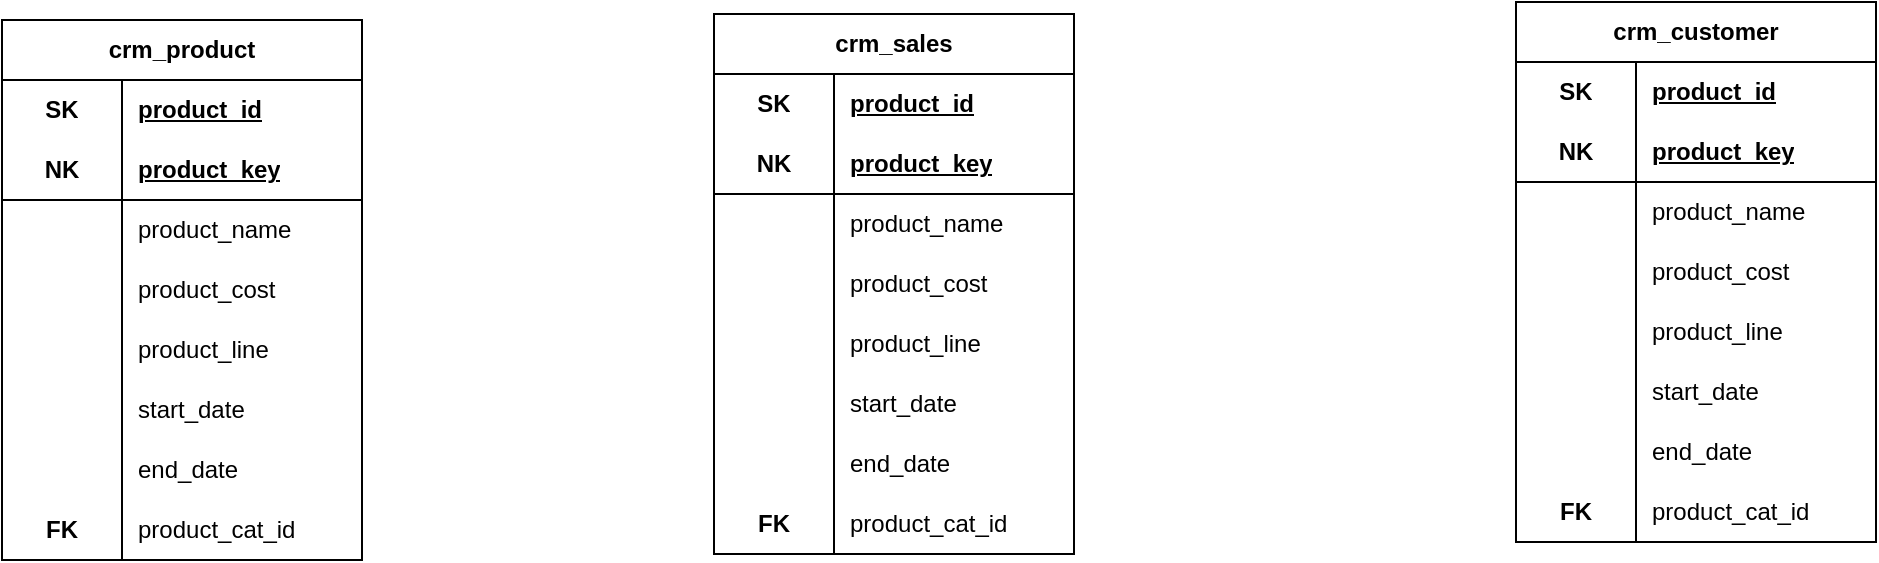
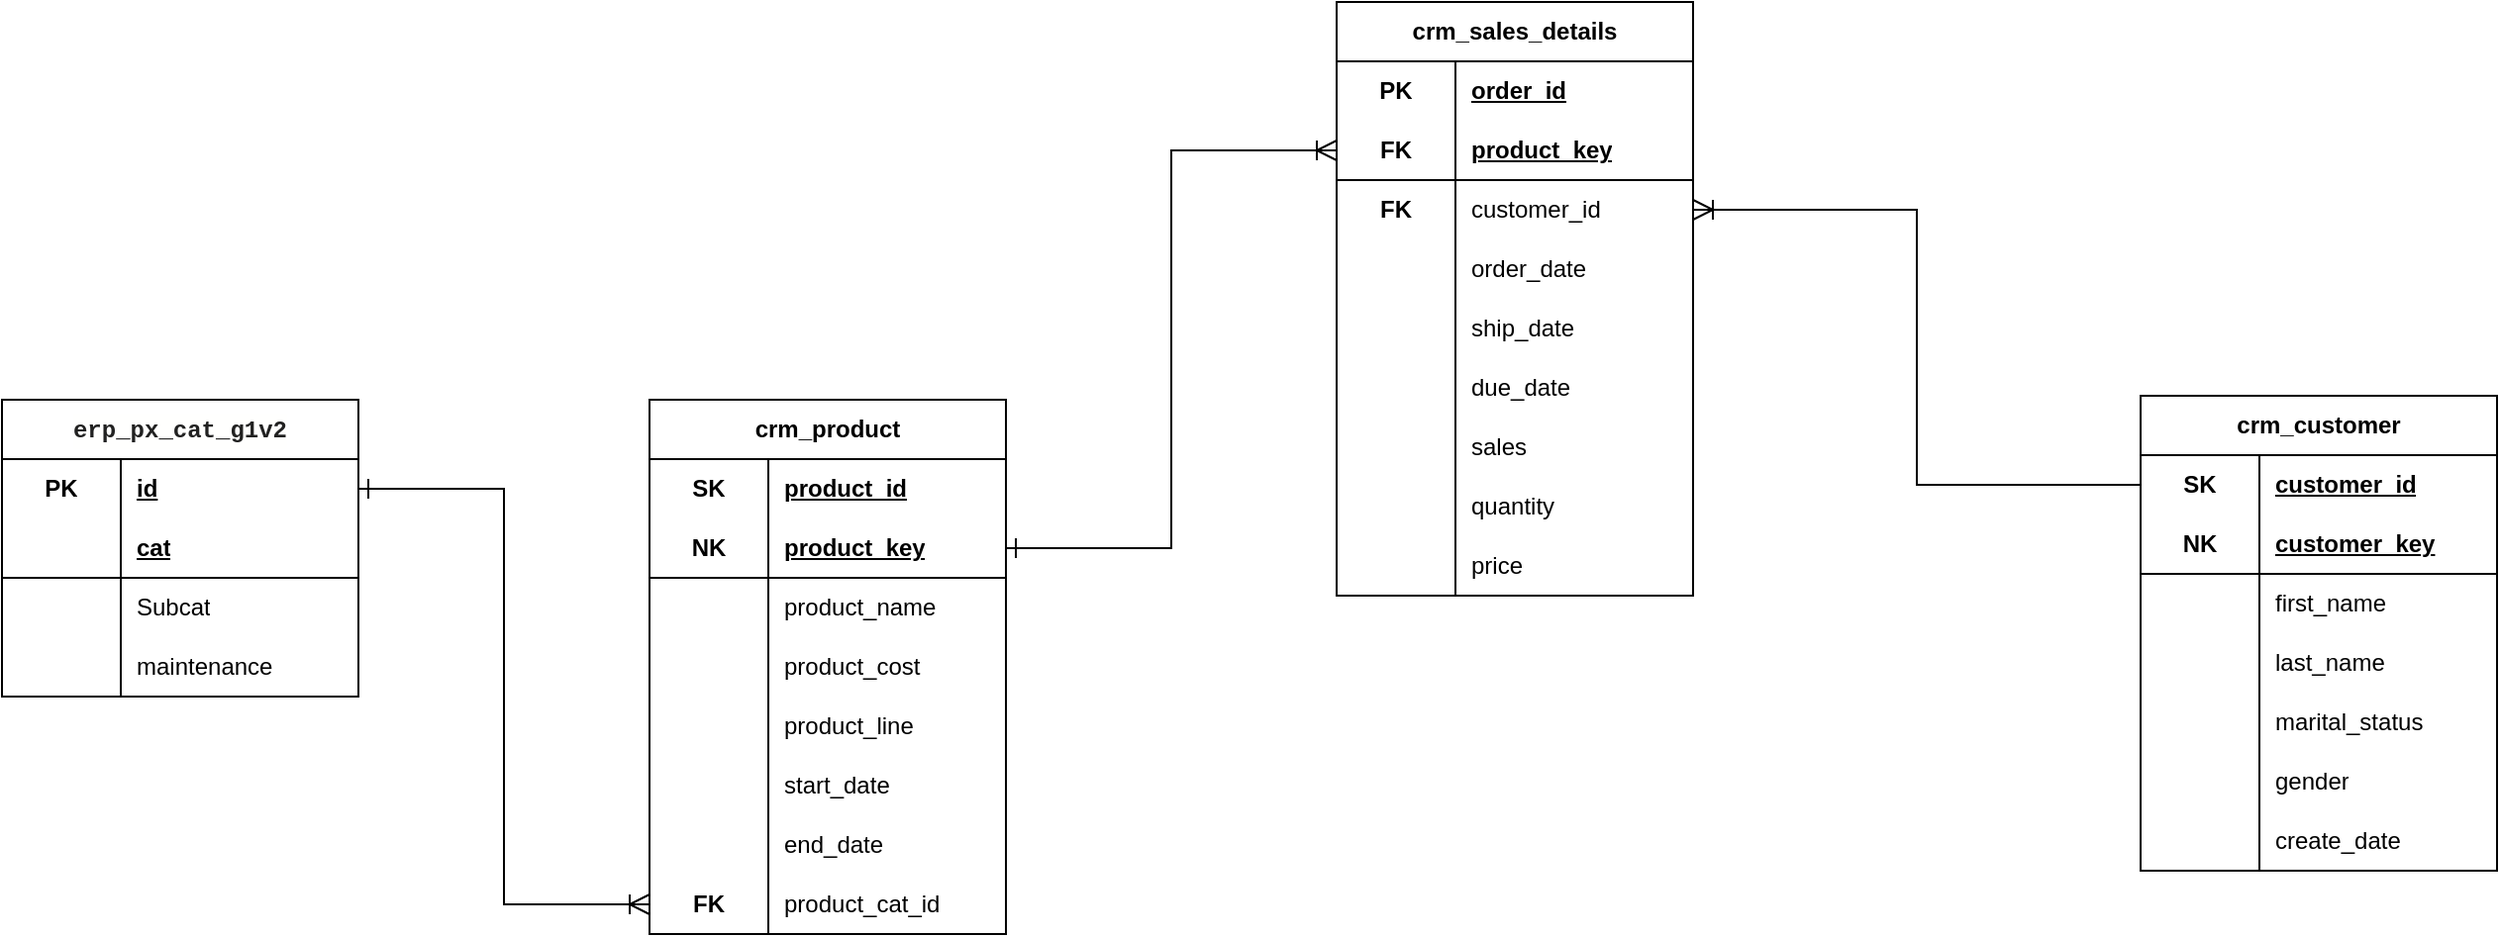
<mxfile host="app.diagrams.net" pages="3">
  <diagram name="Bronze" id="KbP-ITZJSk0dJXwwRC0x">
-     <mxGraphModel dx="1413" dy="962" grid="0" gridSize="10" guides="1" tooltips="1" connect="1" arrows="1" fold="1" page="0" pageScale="1" pageWidth="827" pageHeight="1169" math="0" shadow="0">
+     <mxGraphModel dx="1800" dy="962" grid="0" gridSize="10" guides="1" tooltips="1" connect="1" arrows="1" fold="1" page="0" pageScale="1" pageWidth="827" pageHeight="1169" math="0" shadow="0">
      <root>
        <mxCell id="0" />
        <mxCell id="1" parent="0" />
        <mxCell id="tUm-kbwN1Sbpj_1Kag7n-1" parent="1" style="shape=table;startSize=30;container=1;collapsible=1;childLayout=tableLayout;fixedRows=1;rowLines=0;fontStyle=1;align=center;resizeLast=1;html=1;whiteSpace=wrap;" value="crm_product" vertex="1">
          <mxGeometry height="270" width="180" x="-332" y="-32" as="geometry" />
        </mxCell>
        <mxCell id="tUm-kbwN1Sbpj_1Kag7n-2" parent="tUm-kbwN1Sbpj_1Kag7n-1" style="shape=tableRow;horizontal=0;startSize=0;swimlaneHead=0;swimlaneBody=0;fillColor=none;collapsible=0;dropTarget=0;points=[[0,0.5],[1,0.5]];portConstraint=eastwest;top=0;left=0;right=0;bottom=0;html=1;" value="" vertex="1">
          <mxGeometry height="30" width="180" y="30" as="geometry" />
        </mxCell>
        <mxCell id="tUm-kbwN1Sbpj_1Kag7n-3" parent="tUm-kbwN1Sbpj_1Kag7n-2" style="shape=partialRectangle;connectable=0;fillColor=none;top=0;left=0;bottom=0;right=0;fontStyle=1;overflow=hidden;html=1;whiteSpace=wrap;" value="SK" vertex="1">
          <mxGeometry height="30" width="60" as="geometry">
            <mxRectangle height="30" width="60" as="alternateBounds" />
          </mxGeometry>
        </mxCell>
        <mxCell id="tUm-kbwN1Sbpj_1Kag7n-4" parent="tUm-kbwN1Sbpj_1Kag7n-2" style="shape=partialRectangle;connectable=0;fillColor=none;top=0;left=0;bottom=0;right=0;align=left;spacingLeft=6;fontStyle=5;overflow=hidden;html=1;whiteSpace=wrap;" value="product_id" vertex="1">
          <mxGeometry height="30" width="120" x="60" as="geometry">
            <mxRectangle height="30" width="120" as="alternateBounds" />
          </mxGeometry>
        </mxCell>
        <mxCell id="tUm-kbwN1Sbpj_1Kag7n-5" parent="tUm-kbwN1Sbpj_1Kag7n-1" style="shape=tableRow;horizontal=0;startSize=0;swimlaneHead=0;swimlaneBody=0;fillColor=none;collapsible=0;dropTarget=0;points=[[0,0.5],[1,0.5]];portConstraint=eastwest;top=0;left=0;right=0;bottom=1;html=1;" value="" vertex="1">
          <mxGeometry height="30" width="180" y="60" as="geometry" />
        </mxCell>
        <mxCell id="tUm-kbwN1Sbpj_1Kag7n-6" parent="tUm-kbwN1Sbpj_1Kag7n-5" style="shape=partialRectangle;connectable=0;fillColor=none;top=0;left=0;bottom=0;right=0;fontStyle=1;overflow=hidden;html=1;whiteSpace=wrap;" value="NK" vertex="1">
          <mxGeometry height="30" width="60" as="geometry">
            <mxRectangle height="30" width="60" as="alternateBounds" />
          </mxGeometry>
        </mxCell>
        <mxCell id="tUm-kbwN1Sbpj_1Kag7n-7" parent="tUm-kbwN1Sbpj_1Kag7n-5" style="shape=partialRectangle;connectable=0;fillColor=none;top=0;left=0;bottom=0;right=0;align=left;spacingLeft=6;fontStyle=5;overflow=hidden;html=1;whiteSpace=wrap;" value="product_key" vertex="1">
          <mxGeometry height="30" width="120" x="60" as="geometry">
            <mxRectangle height="30" width="120" as="alternateBounds" />
          </mxGeometry>
        </mxCell>
        <mxCell id="tUm-kbwN1Sbpj_1Kag7n-8" parent="tUm-kbwN1Sbpj_1Kag7n-1" style="shape=tableRow;horizontal=0;startSize=0;swimlaneHead=0;swimlaneBody=0;fillColor=none;collapsible=0;dropTarget=0;points=[[0,0.5],[1,0.5]];portConstraint=eastwest;top=0;left=0;right=0;bottom=0;html=1;" value="" vertex="1">
          <mxGeometry height="30" width="180" y="90" as="geometry" />
        </mxCell>
        <mxCell id="tUm-kbwN1Sbpj_1Kag7n-9" parent="tUm-kbwN1Sbpj_1Kag7n-8" style="shape=partialRectangle;connectable=0;fillColor=none;top=0;left=0;bottom=0;right=0;editable=1;overflow=hidden;html=1;whiteSpace=wrap;" value="" vertex="1">
          <mxGeometry height="30" width="60" as="geometry">
            <mxRectangle height="30" width="60" as="alternateBounds" />
          </mxGeometry>
        </mxCell>
        <mxCell id="tUm-kbwN1Sbpj_1Kag7n-10" parent="tUm-kbwN1Sbpj_1Kag7n-8" style="shape=partialRectangle;connectable=0;fillColor=none;top=0;left=0;bottom=0;right=0;align=left;spacingLeft=6;overflow=hidden;html=1;whiteSpace=wrap;" value="product_name" vertex="1">
          <mxGeometry height="30" width="120" x="60" as="geometry">
            <mxRectangle height="30" width="120" as="alternateBounds" />
          </mxGeometry>
        </mxCell>
        <mxCell id="tUm-kbwN1Sbpj_1Kag7n-11" parent="tUm-kbwN1Sbpj_1Kag7n-1" style="shape=tableRow;horizontal=0;startSize=0;swimlaneHead=0;swimlaneBody=0;fillColor=none;collapsible=0;dropTarget=0;points=[[0,0.5],[1,0.5]];portConstraint=eastwest;top=0;left=0;right=0;bottom=0;html=1;" value="" vertex="1">
          <mxGeometry height="30" width="180" y="120" as="geometry" />
        </mxCell>
        <mxCell id="tUm-kbwN1Sbpj_1Kag7n-12" parent="tUm-kbwN1Sbpj_1Kag7n-11" style="shape=partialRectangle;connectable=0;fillColor=none;top=0;left=0;bottom=0;right=0;editable=1;overflow=hidden;html=1;whiteSpace=wrap;" value="" vertex="1">
          <mxGeometry height="30" width="60" as="geometry">
            <mxRectangle height="30" width="60" as="alternateBounds" />
          </mxGeometry>
        </mxCell>
        <mxCell id="tUm-kbwN1Sbpj_1Kag7n-13" parent="tUm-kbwN1Sbpj_1Kag7n-11" style="shape=partialRectangle;connectable=0;fillColor=none;top=0;left=0;bottom=0;right=0;align=left;spacingLeft=6;overflow=hidden;html=1;whiteSpace=wrap;" value="product_cost" vertex="1">
          <mxGeometry height="30" width="120" x="60" as="geometry">
            <mxRectangle height="30" width="120" as="alternateBounds" />
          </mxGeometry>
        </mxCell>
        <mxCell id="tUm-kbwN1Sbpj_1Kag7n-14" parent="tUm-kbwN1Sbpj_1Kag7n-1" style="shape=tableRow;horizontal=0;startSize=0;swimlaneHead=0;swimlaneBody=0;fillColor=none;collapsible=0;dropTarget=0;points=[[0,0.5],[1,0.5]];portConstraint=eastwest;top=0;left=0;right=0;bottom=0;html=1;" value="" vertex="1">
          <mxGeometry height="30" width="180" y="150" as="geometry" />
        </mxCell>
        <mxCell id="tUm-kbwN1Sbpj_1Kag7n-15" parent="tUm-kbwN1Sbpj_1Kag7n-14" style="shape=partialRectangle;connectable=0;fillColor=none;top=0;left=0;bottom=0;right=0;editable=1;overflow=hidden;html=1;whiteSpace=wrap;" value="" vertex="1">
          <mxGeometry height="30" width="60" as="geometry">
            <mxRectangle height="30" width="60" as="alternateBounds" />
          </mxGeometry>
        </mxCell>
        <mxCell id="tUm-kbwN1Sbpj_1Kag7n-16" parent="tUm-kbwN1Sbpj_1Kag7n-14" style="shape=partialRectangle;connectable=0;fillColor=none;top=0;left=0;bottom=0;right=0;align=left;spacingLeft=6;overflow=hidden;html=1;whiteSpace=wrap;" value="product_line" vertex="1">
          <mxGeometry height="30" width="120" x="60" as="geometry">
            <mxRectangle height="30" width="120" as="alternateBounds" />
          </mxGeometry>
        </mxCell>
        <mxCell id="tUm-kbwN1Sbpj_1Kag7n-17" parent="tUm-kbwN1Sbpj_1Kag7n-1" style="shape=tableRow;horizontal=0;startSize=0;swimlaneHead=0;swimlaneBody=0;fillColor=none;collapsible=0;dropTarget=0;points=[[0,0.5],[1,0.5]];portConstraint=eastwest;top=0;left=0;right=0;bottom=0;html=1;" value="" vertex="1">
          <mxGeometry height="30" width="180" y="180" as="geometry" />
        </mxCell>
        <mxCell id="tUm-kbwN1Sbpj_1Kag7n-18" parent="tUm-kbwN1Sbpj_1Kag7n-17" style="shape=partialRectangle;connectable=0;fillColor=none;top=0;left=0;bottom=0;right=0;editable=1;overflow=hidden;html=1;whiteSpace=wrap;" value="" vertex="1">
          <mxGeometry height="30" width="60" as="geometry">
            <mxRectangle height="30" width="60" as="alternateBounds" />
          </mxGeometry>
        </mxCell>
        <mxCell id="tUm-kbwN1Sbpj_1Kag7n-19" parent="tUm-kbwN1Sbpj_1Kag7n-17" style="shape=partialRectangle;connectable=0;fillColor=none;top=0;left=0;bottom=0;right=0;align=left;spacingLeft=6;overflow=hidden;html=1;whiteSpace=wrap;" value="start_date" vertex="1">
          <mxGeometry height="30" width="120" x="60" as="geometry">
            <mxRectangle height="30" width="120" as="alternateBounds" />
          </mxGeometry>
        </mxCell>
        <mxCell id="tUm-kbwN1Sbpj_1Kag7n-20" parent="tUm-kbwN1Sbpj_1Kag7n-1" style="shape=tableRow;horizontal=0;startSize=0;swimlaneHead=0;swimlaneBody=0;fillColor=none;collapsible=0;dropTarget=0;points=[[0,0.5],[1,0.5]];portConstraint=eastwest;top=0;left=0;right=0;bottom=0;html=1;" value="" vertex="1">
          <mxGeometry height="30" width="180" y="210" as="geometry" />
        </mxCell>
        <mxCell id="tUm-kbwN1Sbpj_1Kag7n-21" parent="tUm-kbwN1Sbpj_1Kag7n-20" style="shape=partialRectangle;connectable=0;fillColor=none;top=0;left=0;bottom=0;right=0;editable=1;overflow=hidden;html=1;whiteSpace=wrap;" value="" vertex="1">
          <mxGeometry height="30" width="60" as="geometry">
            <mxRectangle height="30" width="60" as="alternateBounds" />
          </mxGeometry>
        </mxCell>
        <mxCell id="tUm-kbwN1Sbpj_1Kag7n-22" parent="tUm-kbwN1Sbpj_1Kag7n-20" style="shape=partialRectangle;connectable=0;fillColor=none;top=0;left=0;bottom=0;right=0;align=left;spacingLeft=6;overflow=hidden;html=1;whiteSpace=wrap;" value="end_date" vertex="1">
          <mxGeometry height="30" width="120" x="60" as="geometry">
            <mxRectangle height="30" width="120" as="alternateBounds" />
          </mxGeometry>
        </mxCell>
        <mxCell id="tUm-kbwN1Sbpj_1Kag7n-23" parent="tUm-kbwN1Sbpj_1Kag7n-1" style="shape=tableRow;horizontal=0;startSize=0;swimlaneHead=0;swimlaneBody=0;fillColor=none;collapsible=0;dropTarget=0;points=[[0,0.5],[1,0.5]];portConstraint=eastwest;top=0;left=0;right=0;bottom=0;html=1;" value="" vertex="1">
          <mxGeometry height="30" width="180" y="240" as="geometry" />
        </mxCell>
        <mxCell id="tUm-kbwN1Sbpj_1Kag7n-24" parent="tUm-kbwN1Sbpj_1Kag7n-23" style="shape=partialRectangle;connectable=0;fillColor=none;top=0;left=0;bottom=0;right=0;editable=1;overflow=hidden;html=1;whiteSpace=wrap;" value="&lt;b&gt;FK&lt;/b&gt;" vertex="1">
          <mxGeometry height="30" width="60" as="geometry">
            <mxRectangle height="30" width="60" as="alternateBounds" />
          </mxGeometry>
        </mxCell>
        <mxCell id="tUm-kbwN1Sbpj_1Kag7n-25" parent="tUm-kbwN1Sbpj_1Kag7n-23" style="shape=partialRectangle;connectable=0;fillColor=none;top=0;left=0;bottom=0;right=0;align=left;spacingLeft=6;overflow=hidden;html=1;whiteSpace=wrap;" value="product_cat_id" vertex="1">
          <mxGeometry height="30" width="120" x="60" as="geometry">
            <mxRectangle height="30" width="120" as="alternateBounds" />
          </mxGeometry>
        </mxCell>
        <mxCell id="tUm-kbwN1Sbpj_1Kag7n-26" parent="1" style="shape=table;startSize=30;container=1;collapsible=1;childLayout=tableLayout;fixedRows=1;rowLines=0;fontStyle=1;align=center;resizeLast=1;html=1;whiteSpace=wrap;" value="crm_customer" vertex="1">
-           <mxGeometry height="270" width="180" x="425" y="-41" as="geometry" />
+           <mxGeometry height="240" width="180" x="421" y="-34" as="geometry" />
        </mxCell>
        <mxCell id="tUm-kbwN1Sbpj_1Kag7n-27" parent="tUm-kbwN1Sbpj_1Kag7n-26" style="shape=tableRow;horizontal=0;startSize=0;swimlaneHead=0;swimlaneBody=0;fillColor=none;collapsible=0;dropTarget=0;points=[[0,0.5],[1,0.5]];portConstraint=eastwest;top=0;left=0;right=0;bottom=0;html=1;" value="" vertex="1">
          <mxGeometry height="30" width="180" y="30" as="geometry" />
        </mxCell>
        <mxCell id="tUm-kbwN1Sbpj_1Kag7n-28" parent="tUm-kbwN1Sbpj_1Kag7n-27" style="shape=partialRectangle;connectable=0;fillColor=none;top=0;left=0;bottom=0;right=0;fontStyle=1;overflow=hidden;html=1;whiteSpace=wrap;" value="SK" vertex="1">
          <mxGeometry height="30" width="60" as="geometry">
            <mxRectangle height="30" width="60" as="alternateBounds" />
          </mxGeometry>
        </mxCell>
-         <mxCell id="tUm-kbwN1Sbpj_1Kag7n-29" parent="tUm-kbwN1Sbpj_1Kag7n-27" style="shape=partialRectangle;connectable=0;fillColor=none;top=0;left=0;bottom=0;right=0;align=left;spacingLeft=6;fontStyle=5;overflow=hidden;html=1;whiteSpace=wrap;" value="product_id" vertex="1">
+         <mxCell id="tUm-kbwN1Sbpj_1Kag7n-29" parent="tUm-kbwN1Sbpj_1Kag7n-27" style="shape=partialRectangle;connectable=0;fillColor=none;top=0;left=0;bottom=0;right=0;align=left;spacingLeft=6;fontStyle=5;overflow=hidden;html=1;whiteSpace=wrap;" value="customer_id" vertex="1">
          <mxGeometry height="30" width="120" x="60" as="geometry">
            <mxRectangle height="30" width="120" as="alternateBounds" />
          </mxGeometry>
        </mxCell>
        <mxCell id="tUm-kbwN1Sbpj_1Kag7n-30" parent="tUm-kbwN1Sbpj_1Kag7n-26" style="shape=tableRow;horizontal=0;startSize=0;swimlaneHead=0;swimlaneBody=0;fillColor=none;collapsible=0;dropTarget=0;points=[[0,0.5],[1,0.5]];portConstraint=eastwest;top=0;left=0;right=0;bottom=1;html=1;" value="" vertex="1">
          <mxGeometry height="30" width="180" y="60" as="geometry" />
        </mxCell>
        <mxCell id="tUm-kbwN1Sbpj_1Kag7n-31" parent="tUm-kbwN1Sbpj_1Kag7n-30" style="shape=partialRectangle;connectable=0;fillColor=none;top=0;left=0;bottom=0;right=0;fontStyle=1;overflow=hidden;html=1;whiteSpace=wrap;" value="NK" vertex="1">
          <mxGeometry height="30" width="60" as="geometry">
            <mxRectangle height="30" width="60" as="alternateBounds" />
          </mxGeometry>
        </mxCell>
-         <mxCell id="tUm-kbwN1Sbpj_1Kag7n-32" parent="tUm-kbwN1Sbpj_1Kag7n-30" style="shape=partialRectangle;connectable=0;fillColor=none;top=0;left=0;bottom=0;right=0;align=left;spacingLeft=6;fontStyle=5;overflow=hidden;html=1;whiteSpace=wrap;" value="product_key" vertex="1">
+         <mxCell id="tUm-kbwN1Sbpj_1Kag7n-32" parent="tUm-kbwN1Sbpj_1Kag7n-30" style="shape=partialRectangle;connectable=0;fillColor=none;top=0;left=0;bottom=0;right=0;align=left;spacingLeft=6;fontStyle=5;overflow=hidden;html=1;whiteSpace=wrap;" value="customer_key" vertex="1">
          <mxGeometry height="30" width="120" x="60" as="geometry">
            <mxRectangle height="30" width="120" as="alternateBounds" />
          </mxGeometry>
        </mxCell>
        <mxCell id="tUm-kbwN1Sbpj_1Kag7n-33" parent="tUm-kbwN1Sbpj_1Kag7n-26" style="shape=tableRow;horizontal=0;startSize=0;swimlaneHead=0;swimlaneBody=0;fillColor=none;collapsible=0;dropTarget=0;points=[[0,0.5],[1,0.5]];portConstraint=eastwest;top=0;left=0;right=0;bottom=0;html=1;" value="" vertex="1">
          <mxGeometry height="30" width="180" y="90" as="geometry" />
        </mxCell>
        <mxCell id="tUm-kbwN1Sbpj_1Kag7n-34" parent="tUm-kbwN1Sbpj_1Kag7n-33" style="shape=partialRectangle;connectable=0;fillColor=none;top=0;left=0;bottom=0;right=0;editable=1;overflow=hidden;html=1;whiteSpace=wrap;" value="" vertex="1">
          <mxGeometry height="30" width="60" as="geometry">
            <mxRectangle height="30" width="60" as="alternateBounds" />
          </mxGeometry>
        </mxCell>
-         <mxCell id="tUm-kbwN1Sbpj_1Kag7n-35" parent="tUm-kbwN1Sbpj_1Kag7n-33" style="shape=partialRectangle;connectable=0;fillColor=none;top=0;left=0;bottom=0;right=0;align=left;spacingLeft=6;overflow=hidden;html=1;whiteSpace=wrap;" value="product_name" vertex="1">
+         <mxCell id="tUm-kbwN1Sbpj_1Kag7n-35" parent="tUm-kbwN1Sbpj_1Kag7n-33" style="shape=partialRectangle;connectable=0;fillColor=none;top=0;left=0;bottom=0;right=0;align=left;spacingLeft=6;overflow=hidden;html=1;whiteSpace=wrap;" value="first_name" vertex="1">
          <mxGeometry height="30" width="120" x="60" as="geometry">
            <mxRectangle height="30" width="120" as="alternateBounds" />
          </mxGeometry>
        </mxCell>
        <mxCell id="tUm-kbwN1Sbpj_1Kag7n-36" parent="tUm-kbwN1Sbpj_1Kag7n-26" style="shape=tableRow;horizontal=0;startSize=0;swimlaneHead=0;swimlaneBody=0;fillColor=none;collapsible=0;dropTarget=0;points=[[0,0.5],[1,0.5]];portConstraint=eastwest;top=0;left=0;right=0;bottom=0;html=1;" value="" vertex="1">
          <mxGeometry height="30" width="180" y="120" as="geometry" />
        </mxCell>
        <mxCell id="tUm-kbwN1Sbpj_1Kag7n-37" parent="tUm-kbwN1Sbpj_1Kag7n-36" style="shape=partialRectangle;connectable=0;fillColor=none;top=0;left=0;bottom=0;right=0;editable=1;overflow=hidden;html=1;whiteSpace=wrap;" value="" vertex="1">
          <mxGeometry height="30" width="60" as="geometry">
            <mxRectangle height="30" width="60" as="alternateBounds" />
          </mxGeometry>
        </mxCell>
-         <mxCell id="tUm-kbwN1Sbpj_1Kag7n-38" parent="tUm-kbwN1Sbpj_1Kag7n-36" style="shape=partialRectangle;connectable=0;fillColor=none;top=0;left=0;bottom=0;right=0;align=left;spacingLeft=6;overflow=hidden;html=1;whiteSpace=wrap;" value="product_cost" vertex="1">
+         <mxCell id="tUm-kbwN1Sbpj_1Kag7n-38" parent="tUm-kbwN1Sbpj_1Kag7n-36" style="shape=partialRectangle;connectable=0;fillColor=none;top=0;left=0;bottom=0;right=0;align=left;spacingLeft=6;overflow=hidden;html=1;whiteSpace=wrap;" value="last_name" vertex="1">
          <mxGeometry height="30" width="120" x="60" as="geometry">
            <mxRectangle height="30" width="120" as="alternateBounds" />
          </mxGeometry>
        </mxCell>
        <mxCell id="tUm-kbwN1Sbpj_1Kag7n-39" parent="tUm-kbwN1Sbpj_1Kag7n-26" style="shape=tableRow;horizontal=0;startSize=0;swimlaneHead=0;swimlaneBody=0;fillColor=none;collapsible=0;dropTarget=0;points=[[0,0.5],[1,0.5]];portConstraint=eastwest;top=0;left=0;right=0;bottom=0;html=1;" value="" vertex="1">
          <mxGeometry height="30" width="180" y="150" as="geometry" />
        </mxCell>
        <mxCell id="tUm-kbwN1Sbpj_1Kag7n-40" parent="tUm-kbwN1Sbpj_1Kag7n-39" style="shape=partialRectangle;connectable=0;fillColor=none;top=0;left=0;bottom=0;right=0;editable=1;overflow=hidden;html=1;whiteSpace=wrap;" value="" vertex="1">
          <mxGeometry height="30" width="60" as="geometry">
            <mxRectangle height="30" width="60" as="alternateBounds" />
          </mxGeometry>
        </mxCell>
-         <mxCell id="tUm-kbwN1Sbpj_1Kag7n-41" parent="tUm-kbwN1Sbpj_1Kag7n-39" style="shape=partialRectangle;connectable=0;fillColor=none;top=0;left=0;bottom=0;right=0;align=left;spacingLeft=6;overflow=hidden;html=1;whiteSpace=wrap;" value="product_line" vertex="1">
+         <mxCell id="tUm-kbwN1Sbpj_1Kag7n-41" parent="tUm-kbwN1Sbpj_1Kag7n-39" style="shape=partialRectangle;connectable=0;fillColor=none;top=0;left=0;bottom=0;right=0;align=left;spacingLeft=6;overflow=hidden;html=1;whiteSpace=wrap;" value="marital_status" vertex="1">
          <mxGeometry height="30" width="120" x="60" as="geometry">
            <mxRectangle height="30" width="120" as="alternateBounds" />
          </mxGeometry>
        </mxCell>
        <mxCell id="tUm-kbwN1Sbpj_1Kag7n-42" parent="tUm-kbwN1Sbpj_1Kag7n-26" style="shape=tableRow;horizontal=0;startSize=0;swimlaneHead=0;swimlaneBody=0;fillColor=none;collapsible=0;dropTarget=0;points=[[0,0.5],[1,0.5]];portConstraint=eastwest;top=0;left=0;right=0;bottom=0;html=1;" value="" vertex="1">
          <mxGeometry height="30" width="180" y="180" as="geometry" />
        </mxCell>
        <mxCell id="tUm-kbwN1Sbpj_1Kag7n-43" parent="tUm-kbwN1Sbpj_1Kag7n-42" style="shape=partialRectangle;connectable=0;fillColor=none;top=0;left=0;bottom=0;right=0;editable=1;overflow=hidden;html=1;whiteSpace=wrap;" value="" vertex="1">
          <mxGeometry height="30" width="60" as="geometry">
            <mxRectangle height="30" width="60" as="alternateBounds" />
          </mxGeometry>
        </mxCell>
-         <mxCell id="tUm-kbwN1Sbpj_1Kag7n-44" parent="tUm-kbwN1Sbpj_1Kag7n-42" style="shape=partialRectangle;connectable=0;fillColor=none;top=0;left=0;bottom=0;right=0;align=left;spacingLeft=6;overflow=hidden;html=1;whiteSpace=wrap;" value="start_date" vertex="1">
+         <mxCell id="tUm-kbwN1Sbpj_1Kag7n-44" parent="tUm-kbwN1Sbpj_1Kag7n-42" style="shape=partialRectangle;connectable=0;fillColor=none;top=0;left=0;bottom=0;right=0;align=left;spacingLeft=6;overflow=hidden;html=1;whiteSpace=wrap;" value="gender" vertex="1">
          <mxGeometry height="30" width="120" x="60" as="geometry">
            <mxRectangle height="30" width="120" as="alternateBounds" />
          </mxGeometry>
        </mxCell>
        <mxCell id="tUm-kbwN1Sbpj_1Kag7n-45" parent="tUm-kbwN1Sbpj_1Kag7n-26" style="shape=tableRow;horizontal=0;startSize=0;swimlaneHead=0;swimlaneBody=0;fillColor=none;collapsible=0;dropTarget=0;points=[[0,0.5],[1,0.5]];portConstraint=eastwest;top=0;left=0;right=0;bottom=0;html=1;" value="" vertex="1">
          <mxGeometry height="30" width="180" y="210" as="geometry" />
        </mxCell>
        <mxCell id="tUm-kbwN1Sbpj_1Kag7n-46" parent="tUm-kbwN1Sbpj_1Kag7n-45" style="shape=partialRectangle;connectable=0;fillColor=none;top=0;left=0;bottom=0;right=0;editable=1;overflow=hidden;html=1;whiteSpace=wrap;" value="" vertex="1">
          <mxGeometry height="30" width="60" as="geometry">
            <mxRectangle height="30" width="60" as="alternateBounds" />
          </mxGeometry>
        </mxCell>
-         <mxCell id="tUm-kbwN1Sbpj_1Kag7n-47" parent="tUm-kbwN1Sbpj_1Kag7n-45" style="shape=partialRectangle;connectable=0;fillColor=none;top=0;left=0;bottom=0;right=0;align=left;spacingLeft=6;overflow=hidden;html=1;whiteSpace=wrap;" value="end_date" vertex="1">
-           <mxGeometry height="30" width="120" x="60" as="geometry">
-             <mxRectangle height="30" width="120" as="alternateBounds" />
-           </mxGeometry>
-         </mxCell>
-         <mxCell id="tUm-kbwN1Sbpj_1Kag7n-48" parent="tUm-kbwN1Sbpj_1Kag7n-26" style="shape=tableRow;horizontal=0;startSize=0;swimlaneHead=0;swimlaneBody=0;fillColor=none;collapsible=0;dropTarget=0;points=[[0,0.5],[1,0.5]];portConstraint=eastwest;top=0;left=0;right=0;bottom=0;html=1;" value="" vertex="1">
-           <mxGeometry height="30" width="180" y="240" as="geometry" />
-         </mxCell>
-         <mxCell id="tUm-kbwN1Sbpj_1Kag7n-49" parent="tUm-kbwN1Sbpj_1Kag7n-48" style="shape=partialRectangle;connectable=0;fillColor=none;top=0;left=0;bottom=0;right=0;editable=1;overflow=hidden;html=1;whiteSpace=wrap;" value="&lt;b&gt;FK&lt;/b&gt;" vertex="1">
-           <mxGeometry height="30" width="60" as="geometry">
-             <mxRectangle height="30" width="60" as="alternateBounds" />
-           </mxGeometry>
-         </mxCell>
-         <mxCell id="tUm-kbwN1Sbpj_1Kag7n-50" parent="tUm-kbwN1Sbpj_1Kag7n-48" style="shape=partialRectangle;connectable=0;fillColor=none;top=0;left=0;bottom=0;right=0;align=left;spacingLeft=6;overflow=hidden;html=1;whiteSpace=wrap;" value="product_cat_id" vertex="1">
-           <mxGeometry height="30" width="120" x="60" as="geometry">
-             <mxRectangle height="30" width="120" as="alternateBounds" />
-           </mxGeometry>
-         </mxCell>
-         <mxCell id="tUm-kbwN1Sbpj_1Kag7n-51" parent="1" style="shape=table;startSize=30;container=1;collapsible=1;childLayout=tableLayout;fixedRows=1;rowLines=0;fontStyle=1;align=center;resizeLast=1;html=1;whiteSpace=wrap;" value="crm_sales" vertex="1">
-           <mxGeometry height="270" width="180" x="24" y="-35" as="geometry" />
+         <mxCell id="tUm-kbwN1Sbpj_1Kag7n-47" parent="tUm-kbwN1Sbpj_1Kag7n-45" style="shape=partialRectangle;connectable=0;fillColor=none;top=0;left=0;bottom=0;right=0;align=left;spacingLeft=6;overflow=hidden;html=1;whiteSpace=wrap;" value="create_date" vertex="1">
+           <mxGeometry height="30" width="120" x="60" as="geometry">
+             <mxRectangle height="30" width="120" as="alternateBounds" />
+           </mxGeometry>
+         </mxCell>
+         <mxCell id="tUm-kbwN1Sbpj_1Kag7n-51" parent="1" style="shape=table;startSize=30;container=1;collapsible=1;childLayout=tableLayout;fixedRows=1;rowLines=0;fontStyle=1;align=center;resizeLast=1;html=1;whiteSpace=wrap;" value="crm_sales_details" vertex="1">
+           <mxGeometry height="300" width="180" x="15" y="-233" as="geometry" />
        </mxCell>
        <mxCell id="tUm-kbwN1Sbpj_1Kag7n-52" parent="tUm-kbwN1Sbpj_1Kag7n-51" style="shape=tableRow;horizontal=0;startSize=0;swimlaneHead=0;swimlaneBody=0;fillColor=none;collapsible=0;dropTarget=0;points=[[0,0.5],[1,0.5]];portConstraint=eastwest;top=0;left=0;right=0;bottom=0;html=1;" value="" vertex="1">
          <mxGeometry height="30" width="180" y="30" as="geometry" />
        </mxCell>
-         <mxCell id="tUm-kbwN1Sbpj_1Kag7n-53" parent="tUm-kbwN1Sbpj_1Kag7n-52" style="shape=partialRectangle;connectable=0;fillColor=none;top=0;left=0;bottom=0;right=0;fontStyle=1;overflow=hidden;html=1;whiteSpace=wrap;" value="SK" vertex="1">
-           <mxGeometry height="30" width="60" as="geometry">
-             <mxRectangle height="30" width="60" as="alternateBounds" />
-           </mxGeometry>
-         </mxCell>
-         <mxCell id="tUm-kbwN1Sbpj_1Kag7n-54" parent="tUm-kbwN1Sbpj_1Kag7n-52" style="shape=partialRectangle;connectable=0;fillColor=none;top=0;left=0;bottom=0;right=0;align=left;spacingLeft=6;fontStyle=5;overflow=hidden;html=1;whiteSpace=wrap;" value="product_id" vertex="1">
+         <mxCell id="tUm-kbwN1Sbpj_1Kag7n-53" parent="tUm-kbwN1Sbpj_1Kag7n-52" style="shape=partialRectangle;connectable=0;fillColor=none;top=0;left=0;bottom=0;right=0;fontStyle=1;overflow=hidden;html=1;whiteSpace=wrap;" value="PK" vertex="1">
+           <mxGeometry height="30" width="60" as="geometry">
+             <mxRectangle height="30" width="60" as="alternateBounds" />
+           </mxGeometry>
+         </mxCell>
+         <mxCell id="tUm-kbwN1Sbpj_1Kag7n-54" parent="tUm-kbwN1Sbpj_1Kag7n-52" style="shape=partialRectangle;connectable=0;fillColor=none;top=0;left=0;bottom=0;right=0;align=left;spacingLeft=6;fontStyle=5;overflow=hidden;html=1;whiteSpace=wrap;" value="order_id" vertex="1">
          <mxGeometry height="30" width="120" x="60" as="geometry">
            <mxRectangle height="30" width="120" as="alternateBounds" />
          </mxGeometry>
        </mxCell>
        <mxCell id="tUm-kbwN1Sbpj_1Kag7n-55" parent="tUm-kbwN1Sbpj_1Kag7n-51" style="shape=tableRow;horizontal=0;startSize=0;swimlaneHead=0;swimlaneBody=0;fillColor=none;collapsible=0;dropTarget=0;points=[[0,0.5],[1,0.5]];portConstraint=eastwest;top=0;left=0;right=0;bottom=1;html=1;" value="" vertex="1">
          <mxGeometry height="30" width="180" y="60" as="geometry" />
        </mxCell>
-         <mxCell id="tUm-kbwN1Sbpj_1Kag7n-56" parent="tUm-kbwN1Sbpj_1Kag7n-55" style="shape=partialRectangle;connectable=0;fillColor=none;top=0;left=0;bottom=0;right=0;fontStyle=1;overflow=hidden;html=1;whiteSpace=wrap;" value="NK" vertex="1">
+         <mxCell id="tUm-kbwN1Sbpj_1Kag7n-56" parent="tUm-kbwN1Sbpj_1Kag7n-55" style="shape=partialRectangle;connectable=0;fillColor=none;top=0;left=0;bottom=0;right=0;fontStyle=1;overflow=hidden;html=1;whiteSpace=wrap;" value="FK" vertex="1">
          <mxGeometry height="30" width="60" as="geometry">
            <mxRectangle height="30" width="60" as="alternateBounds" />
          </mxGeometry>
        </mxCell>
        <mxCell id="tUm-kbwN1Sbpj_1Kag7n-57" parent="tUm-kbwN1Sbpj_1Kag7n-55" style="shape=partialRectangle;connectable=0;fillColor=none;top=0;left=0;bottom=0;right=0;align=left;spacingLeft=6;fontStyle=5;overflow=hidden;html=1;whiteSpace=wrap;" value="product_key" vertex="1">
          <mxGeometry height="30" width="120" x="60" as="geometry">
            <mxRectangle height="30" width="120" as="alternateBounds" />
          </mxGeometry>
        </mxCell>
        <mxCell id="tUm-kbwN1Sbpj_1Kag7n-58" parent="tUm-kbwN1Sbpj_1Kag7n-51" style="shape=tableRow;horizontal=0;startSize=0;swimlaneHead=0;swimlaneBody=0;fillColor=none;collapsible=0;dropTarget=0;points=[[0,0.5],[1,0.5]];portConstraint=eastwest;top=0;left=0;right=0;bottom=0;html=1;" value="" vertex="1">
          <mxGeometry height="30" width="180" y="90" as="geometry" />
        </mxCell>
-         <mxCell id="tUm-kbwN1Sbpj_1Kag7n-59" parent="tUm-kbwN1Sbpj_1Kag7n-58" style="shape=partialRectangle;connectable=0;fillColor=none;top=0;left=0;bottom=0;right=0;editable=1;overflow=hidden;html=1;whiteSpace=wrap;" value="" vertex="1">
-           <mxGeometry height="30" width="60" as="geometry">
-             <mxRectangle height="30" width="60" as="alternateBounds" />
-           </mxGeometry>
-         </mxCell>
-         <mxCell id="tUm-kbwN1Sbpj_1Kag7n-60" parent="tUm-kbwN1Sbpj_1Kag7n-58" style="shape=partialRectangle;connectable=0;fillColor=none;top=0;left=0;bottom=0;right=0;align=left;spacingLeft=6;overflow=hidden;html=1;whiteSpace=wrap;" value="product_name" vertex="1">
+         <mxCell id="tUm-kbwN1Sbpj_1Kag7n-59" parent="tUm-kbwN1Sbpj_1Kag7n-58" style="shape=partialRectangle;connectable=0;fillColor=none;top=0;left=0;bottom=0;right=0;editable=1;overflow=hidden;html=1;whiteSpace=wrap;" value="&lt;b&gt;FK&lt;/b&gt;" vertex="1">
+           <mxGeometry height="30" width="60" as="geometry">
+             <mxRectangle height="30" width="60" as="alternateBounds" />
+           </mxGeometry>
+         </mxCell>
+         <mxCell id="tUm-kbwN1Sbpj_1Kag7n-60" parent="tUm-kbwN1Sbpj_1Kag7n-58" style="shape=partialRectangle;connectable=0;fillColor=none;top=0;left=0;bottom=0;right=0;align=left;spacingLeft=6;overflow=hidden;html=1;whiteSpace=wrap;" value="customer_id" vertex="1">
          <mxGeometry height="30" width="120" x="60" as="geometry">
            <mxRectangle height="30" width="120" as="alternateBounds" />
          </mxGeometry>
        </mxCell>
        <mxCell id="tUm-kbwN1Sbpj_1Kag7n-61" parent="tUm-kbwN1Sbpj_1Kag7n-51" style="shape=tableRow;horizontal=0;startSize=0;swimlaneHead=0;swimlaneBody=0;fillColor=none;collapsible=0;dropTarget=0;points=[[0,0.5],[1,0.5]];portConstraint=eastwest;top=0;left=0;right=0;bottom=0;html=1;" value="" vertex="1">
          <mxGeometry height="30" width="180" y="120" as="geometry" />
        </mxCell>
        <mxCell id="tUm-kbwN1Sbpj_1Kag7n-62" parent="tUm-kbwN1Sbpj_1Kag7n-61" style="shape=partialRectangle;connectable=0;fillColor=none;top=0;left=0;bottom=0;right=0;editable=1;overflow=hidden;html=1;whiteSpace=wrap;" value="" vertex="1">
          <mxGeometry height="30" width="60" as="geometry">
            <mxRectangle height="30" width="60" as="alternateBounds" />
          </mxGeometry>
        </mxCell>
-         <mxCell id="tUm-kbwN1Sbpj_1Kag7n-63" parent="tUm-kbwN1Sbpj_1Kag7n-61" style="shape=partialRectangle;connectable=0;fillColor=none;top=0;left=0;bottom=0;right=0;align=left;spacingLeft=6;overflow=hidden;html=1;whiteSpace=wrap;" value="product_cost" vertex="1">
+         <mxCell id="tUm-kbwN1Sbpj_1Kag7n-63" parent="tUm-kbwN1Sbpj_1Kag7n-61" style="shape=partialRectangle;connectable=0;fillColor=none;top=0;left=0;bottom=0;right=0;align=left;spacingLeft=6;overflow=hidden;html=1;whiteSpace=wrap;" value="order_date" vertex="1">
          <mxGeometry height="30" width="120" x="60" as="geometry">
            <mxRectangle height="30" width="120" as="alternateBounds" />
          </mxGeometry>
        </mxCell>
        <mxCell id="tUm-kbwN1Sbpj_1Kag7n-64" parent="tUm-kbwN1Sbpj_1Kag7n-51" style="shape=tableRow;horizontal=0;startSize=0;swimlaneHead=0;swimlaneBody=0;fillColor=none;collapsible=0;dropTarget=0;points=[[0,0.5],[1,0.5]];portConstraint=eastwest;top=0;left=0;right=0;bottom=0;html=1;" value="" vertex="1">
          <mxGeometry height="30" width="180" y="150" as="geometry" />
        </mxCell>
        <mxCell id="tUm-kbwN1Sbpj_1Kag7n-65" parent="tUm-kbwN1Sbpj_1Kag7n-64" style="shape=partialRectangle;connectable=0;fillColor=none;top=0;left=0;bottom=0;right=0;editable=1;overflow=hidden;html=1;whiteSpace=wrap;" value="" vertex="1">
          <mxGeometry height="30" width="60" as="geometry">
            <mxRectangle height="30" width="60" as="alternateBounds" />
          </mxGeometry>
        </mxCell>
-         <mxCell id="tUm-kbwN1Sbpj_1Kag7n-66" parent="tUm-kbwN1Sbpj_1Kag7n-64" style="shape=partialRectangle;connectable=0;fillColor=none;top=0;left=0;bottom=0;right=0;align=left;spacingLeft=6;overflow=hidden;html=1;whiteSpace=wrap;" value="product_line" vertex="1">
+         <mxCell id="tUm-kbwN1Sbpj_1Kag7n-66" parent="tUm-kbwN1Sbpj_1Kag7n-64" style="shape=partialRectangle;connectable=0;fillColor=none;top=0;left=0;bottom=0;right=0;align=left;spacingLeft=6;overflow=hidden;html=1;whiteSpace=wrap;" value="ship_date" vertex="1">
          <mxGeometry height="30" width="120" x="60" as="geometry">
            <mxRectangle height="30" width="120" as="alternateBounds" />
          </mxGeometry>
        </mxCell>
        <mxCell id="tUm-kbwN1Sbpj_1Kag7n-67" parent="tUm-kbwN1Sbpj_1Kag7n-51" style="shape=tableRow;horizontal=0;startSize=0;swimlaneHead=0;swimlaneBody=0;fillColor=none;collapsible=0;dropTarget=0;points=[[0,0.5],[1,0.5]];portConstraint=eastwest;top=0;left=0;right=0;bottom=0;html=1;" value="" vertex="1">
          <mxGeometry height="30" width="180" y="180" as="geometry" />
        </mxCell>
        <mxCell id="tUm-kbwN1Sbpj_1Kag7n-68" parent="tUm-kbwN1Sbpj_1Kag7n-67" style="shape=partialRectangle;connectable=0;fillColor=none;top=0;left=0;bottom=0;right=0;editable=1;overflow=hidden;html=1;whiteSpace=wrap;" value="" vertex="1">
          <mxGeometry height="30" width="60" as="geometry">
            <mxRectangle height="30" width="60" as="alternateBounds" />
          </mxGeometry>
        </mxCell>
-         <mxCell id="tUm-kbwN1Sbpj_1Kag7n-69" parent="tUm-kbwN1Sbpj_1Kag7n-67" style="shape=partialRectangle;connectable=0;fillColor=none;top=0;left=0;bottom=0;right=0;align=left;spacingLeft=6;overflow=hidden;html=1;whiteSpace=wrap;" value="start_date" vertex="1">
+         <mxCell id="tUm-kbwN1Sbpj_1Kag7n-69" parent="tUm-kbwN1Sbpj_1Kag7n-67" style="shape=partialRectangle;connectable=0;fillColor=none;top=0;left=0;bottom=0;right=0;align=left;spacingLeft=6;overflow=hidden;html=1;whiteSpace=wrap;" value="due_date" vertex="1">
          <mxGeometry height="30" width="120" x="60" as="geometry">
            <mxRectangle height="30" width="120" as="alternateBounds" />
          </mxGeometry>
        </mxCell>
        <mxCell id="tUm-kbwN1Sbpj_1Kag7n-70" parent="tUm-kbwN1Sbpj_1Kag7n-51" style="shape=tableRow;horizontal=0;startSize=0;swimlaneHead=0;swimlaneBody=0;fillColor=none;collapsible=0;dropTarget=0;points=[[0,0.5],[1,0.5]];portConstraint=eastwest;top=0;left=0;right=0;bottom=0;html=1;" value="" vertex="1">
          <mxGeometry height="30" width="180" y="210" as="geometry" />
        </mxCell>
        <mxCell id="tUm-kbwN1Sbpj_1Kag7n-71" parent="tUm-kbwN1Sbpj_1Kag7n-70" style="shape=partialRectangle;connectable=0;fillColor=none;top=0;left=0;bottom=0;right=0;editable=1;overflow=hidden;html=1;whiteSpace=wrap;" value="" vertex="1">
          <mxGeometry height="30" width="60" as="geometry">
            <mxRectangle height="30" width="60" as="alternateBounds" />
          </mxGeometry>
        </mxCell>
-         <mxCell id="tUm-kbwN1Sbpj_1Kag7n-72" parent="tUm-kbwN1Sbpj_1Kag7n-70" style="shape=partialRectangle;connectable=0;fillColor=none;top=0;left=0;bottom=0;right=0;align=left;spacingLeft=6;overflow=hidden;html=1;whiteSpace=wrap;" value="end_date" vertex="1">
+         <mxCell id="tUm-kbwN1Sbpj_1Kag7n-72" parent="tUm-kbwN1Sbpj_1Kag7n-70" style="shape=partialRectangle;connectable=0;fillColor=none;top=0;left=0;bottom=0;right=0;align=left;spacingLeft=6;overflow=hidden;html=1;whiteSpace=wrap;" value="sales" vertex="1">
          <mxGeometry height="30" width="120" x="60" as="geometry">
            <mxRectangle height="30" width="120" as="alternateBounds" />
          </mxGeometry>
        </mxCell>
        <mxCell id="tUm-kbwN1Sbpj_1Kag7n-73" parent="tUm-kbwN1Sbpj_1Kag7n-51" style="shape=tableRow;horizontal=0;startSize=0;swimlaneHead=0;swimlaneBody=0;fillColor=none;collapsible=0;dropTarget=0;points=[[0,0.5],[1,0.5]];portConstraint=eastwest;top=0;left=0;right=0;bottom=0;html=1;" value="" vertex="1">
          <mxGeometry height="30" width="180" y="240" as="geometry" />
        </mxCell>
-         <mxCell id="tUm-kbwN1Sbpj_1Kag7n-74" parent="tUm-kbwN1Sbpj_1Kag7n-73" style="shape=partialRectangle;connectable=0;fillColor=none;top=0;left=0;bottom=0;right=0;editable=1;overflow=hidden;html=1;whiteSpace=wrap;" value="&lt;b&gt;FK&lt;/b&gt;" vertex="1">
-           <mxGeometry height="30" width="60" as="geometry">
-             <mxRectangle height="30" width="60" as="alternateBounds" />
-           </mxGeometry>
-         </mxCell>
-         <mxCell id="tUm-kbwN1Sbpj_1Kag7n-75" parent="tUm-kbwN1Sbpj_1Kag7n-73" style="shape=partialRectangle;connectable=0;fillColor=none;top=0;left=0;bottom=0;right=0;align=left;spacingLeft=6;overflow=hidden;html=1;whiteSpace=wrap;" value="product_cat_id" vertex="1">
-           <mxGeometry height="30" width="120" x="60" as="geometry">
-             <mxRectangle height="30" width="120" as="alternateBounds" />
-           </mxGeometry>
+         <mxCell id="tUm-kbwN1Sbpj_1Kag7n-74" parent="tUm-kbwN1Sbpj_1Kag7n-73" style="shape=partialRectangle;connectable=0;fillColor=none;top=0;left=0;bottom=0;right=0;editable=1;overflow=hidden;html=1;whiteSpace=wrap;" value="" vertex="1">
+           <mxGeometry height="30" width="60" as="geometry">
+             <mxRectangle height="30" width="60" as="alternateBounds" />
+           </mxGeometry>
+         </mxCell>
+         <mxCell id="tUm-kbwN1Sbpj_1Kag7n-75" parent="tUm-kbwN1Sbpj_1Kag7n-73" style="shape=partialRectangle;connectable=0;fillColor=none;top=0;left=0;bottom=0;right=0;align=left;spacingLeft=6;overflow=hidden;html=1;whiteSpace=wrap;" value="quantity" vertex="1">
+           <mxGeometry height="30" width="120" x="60" as="geometry">
+             <mxRectangle height="30" width="120" as="alternateBounds" />
+           </mxGeometry>
+         </mxCell>
+         <mxCell id="eKFLkyiXZE3swar_Z3XX-1" parent="tUm-kbwN1Sbpj_1Kag7n-51" style="shape=tableRow;horizontal=0;startSize=0;swimlaneHead=0;swimlaneBody=0;fillColor=none;collapsible=0;dropTarget=0;points=[[0,0.5],[1,0.5]];portConstraint=eastwest;top=0;left=0;right=0;bottom=0;html=1;" value="" vertex="1">
+           <mxGeometry height="30" width="180" y="270" as="geometry" />
+         </mxCell>
+         <mxCell id="eKFLkyiXZE3swar_Z3XX-2" parent="eKFLkyiXZE3swar_Z3XX-1" style="shape=partialRectangle;connectable=0;fillColor=none;top=0;left=0;bottom=0;right=0;editable=1;overflow=hidden;html=1;whiteSpace=wrap;" value="" vertex="1">
+           <mxGeometry height="30" width="60" as="geometry">
+             <mxRectangle height="30" width="60" as="alternateBounds" />
+           </mxGeometry>
+         </mxCell>
+         <mxCell id="eKFLkyiXZE3swar_Z3XX-3" parent="eKFLkyiXZE3swar_Z3XX-1" style="shape=partialRectangle;connectable=0;fillColor=none;top=0;left=0;bottom=0;right=0;align=left;spacingLeft=6;overflow=hidden;html=1;whiteSpace=wrap;" value="price" vertex="1">
+           <mxGeometry height="30" width="120" x="60" as="geometry">
+             <mxRectangle height="30" width="120" as="alternateBounds" />
+           </mxGeometry>
+         </mxCell>
+         <mxCell id="eKFLkyiXZE3swar_Z3XX-4" edge="1" parent="1" source="tUm-kbwN1Sbpj_1Kag7n-27" style="edgeStyle=orthogonalEdgeStyle;rounded=0;orthogonalLoop=1;jettySize=auto;html=1;exitX=0;exitY=0.5;exitDx=0;exitDy=0;entryX=1;entryY=0.5;entryDx=0;entryDy=0;fontSize=12;startSize=8;endSize=8;startArrow=baseDash;startFill=0;endArrow=ERoneToMany;endFill=0;" target="tUm-kbwN1Sbpj_1Kag7n-58">
+           <mxGeometry relative="1" as="geometry" />
+         </mxCell>
+         <mxCell id="eKFLkyiXZE3swar_Z3XX-5" edge="1" parent="1" source="tUm-kbwN1Sbpj_1Kag7n-5" style="edgeStyle=orthogonalEdgeStyle;rounded=0;orthogonalLoop=1;jettySize=auto;html=1;exitX=1;exitY=0.5;exitDx=0;exitDy=0;entryX=0;entryY=0.5;entryDx=0;entryDy=0;fontSize=12;startSize=8;endSize=8;endArrow=ERoneToMany;endFill=0;startArrow=ERone;startFill=0;" target="tUm-kbwN1Sbpj_1Kag7n-55">
+           <mxGeometry relative="1" as="geometry" />
+         </mxCell>
+         <mxCell id="eKFLkyiXZE3swar_Z3XX-6" parent="1" style="shape=table;startSize=30;container=1;collapsible=1;childLayout=tableLayout;fixedRows=1;rowLines=0;fontStyle=1;align=center;resizeLast=1;html=1;whiteSpace=wrap;" value="&lt;div style=&quot;color: rgb(33, 33, 33); background-color: rgb(255, 255, 254); font-family: Menlo, Monaco, &amp;quot;Courier New&amp;quot;, monospace; line-height: 18px; white-space: pre;&quot;&gt;erp_px_cat_g1v2&lt;/div&gt;" vertex="1">
+           <mxGeometry height="150" width="180" x="-659" y="-32" as="geometry" />
+         </mxCell>
+         <mxCell id="eKFLkyiXZE3swar_Z3XX-7" parent="eKFLkyiXZE3swar_Z3XX-6" style="shape=tableRow;horizontal=0;startSize=0;swimlaneHead=0;swimlaneBody=0;fillColor=none;collapsible=0;dropTarget=0;points=[[0,0.5],[1,0.5]];portConstraint=eastwest;top=0;left=0;right=0;bottom=0;html=1;" value="" vertex="1">
+           <mxGeometry height="30" width="180" y="30" as="geometry" />
+         </mxCell>
+         <mxCell id="eKFLkyiXZE3swar_Z3XX-8" parent="eKFLkyiXZE3swar_Z3XX-7" style="shape=partialRectangle;connectable=0;fillColor=none;top=0;left=0;bottom=0;right=0;fontStyle=1;overflow=hidden;html=1;whiteSpace=wrap;" value="PK" vertex="1">
+           <mxGeometry height="30" width="60" as="geometry">
+             <mxRectangle height="30" width="60" as="alternateBounds" />
+           </mxGeometry>
+         </mxCell>
+         <mxCell id="eKFLkyiXZE3swar_Z3XX-9" parent="eKFLkyiXZE3swar_Z3XX-7" style="shape=partialRectangle;connectable=0;fillColor=none;top=0;left=0;bottom=0;right=0;align=left;spacingLeft=6;fontStyle=5;overflow=hidden;html=1;whiteSpace=wrap;" value="id" vertex="1">
+           <mxGeometry height="30" width="120" x="60" as="geometry">
+             <mxRectangle height="30" width="120" as="alternateBounds" />
+           </mxGeometry>
+         </mxCell>
+         <mxCell id="eKFLkyiXZE3swar_Z3XX-10" parent="eKFLkyiXZE3swar_Z3XX-6" style="shape=tableRow;horizontal=0;startSize=0;swimlaneHead=0;swimlaneBody=0;fillColor=none;collapsible=0;dropTarget=0;points=[[0,0.5],[1,0.5]];portConstraint=eastwest;top=0;left=0;right=0;bottom=1;html=1;" value="" vertex="1">
+           <mxGeometry height="30" width="180" y="60" as="geometry" />
+         </mxCell>
+         <mxCell id="eKFLkyiXZE3swar_Z3XX-11" parent="eKFLkyiXZE3swar_Z3XX-10" style="shape=partialRectangle;connectable=0;fillColor=none;top=0;left=0;bottom=0;right=0;fontStyle=1;overflow=hidden;html=1;whiteSpace=wrap;" value="" vertex="1">
+           <mxGeometry height="30" width="60" as="geometry">
+             <mxRectangle height="30" width="60" as="alternateBounds" />
+           </mxGeometry>
+         </mxCell>
+         <mxCell id="eKFLkyiXZE3swar_Z3XX-12" parent="eKFLkyiXZE3swar_Z3XX-10" style="shape=partialRectangle;connectable=0;fillColor=none;top=0;left=0;bottom=0;right=0;align=left;spacingLeft=6;fontStyle=5;overflow=hidden;html=1;whiteSpace=wrap;" value="cat" vertex="1">
+           <mxGeometry height="30" width="120" x="60" as="geometry">
+             <mxRectangle height="30" width="120" as="alternateBounds" />
+           </mxGeometry>
+         </mxCell>
+         <mxCell id="eKFLkyiXZE3swar_Z3XX-13" parent="eKFLkyiXZE3swar_Z3XX-6" style="shape=tableRow;horizontal=0;startSize=0;swimlaneHead=0;swimlaneBody=0;fillColor=none;collapsible=0;dropTarget=0;points=[[0,0.5],[1,0.5]];portConstraint=eastwest;top=0;left=0;right=0;bottom=0;html=1;" value="" vertex="1">
+           <mxGeometry height="30" width="180" y="90" as="geometry" />
+         </mxCell>
+         <mxCell id="eKFLkyiXZE3swar_Z3XX-14" parent="eKFLkyiXZE3swar_Z3XX-13" style="shape=partialRectangle;connectable=0;fillColor=none;top=0;left=0;bottom=0;right=0;editable=1;overflow=hidden;html=1;whiteSpace=wrap;" value="" vertex="1">
+           <mxGeometry height="30" width="60" as="geometry">
+             <mxRectangle height="30" width="60" as="alternateBounds" />
+           </mxGeometry>
+         </mxCell>
+         <mxCell id="eKFLkyiXZE3swar_Z3XX-15" parent="eKFLkyiXZE3swar_Z3XX-13" style="shape=partialRectangle;connectable=0;fillColor=none;top=0;left=0;bottom=0;right=0;align=left;spacingLeft=6;overflow=hidden;html=1;whiteSpace=wrap;" value="Subcat" vertex="1">
+           <mxGeometry height="30" width="120" x="60" as="geometry">
+             <mxRectangle height="30" width="120" as="alternateBounds" />
+           </mxGeometry>
+         </mxCell>
+         <mxCell id="eKFLkyiXZE3swar_Z3XX-16" parent="eKFLkyiXZE3swar_Z3XX-6" style="shape=tableRow;horizontal=0;startSize=0;swimlaneHead=0;swimlaneBody=0;fillColor=none;collapsible=0;dropTarget=0;points=[[0,0.5],[1,0.5]];portConstraint=eastwest;top=0;left=0;right=0;bottom=0;html=1;" value="" vertex="1">
+           <mxGeometry height="30" width="180" y="120" as="geometry" />
+         </mxCell>
+         <mxCell id="eKFLkyiXZE3swar_Z3XX-17" parent="eKFLkyiXZE3swar_Z3XX-16" style="shape=partialRectangle;connectable=0;fillColor=none;top=0;left=0;bottom=0;right=0;editable=1;overflow=hidden;html=1;whiteSpace=wrap;" value="" vertex="1">
+           <mxGeometry height="30" width="60" as="geometry">
+             <mxRectangle height="30" width="60" as="alternateBounds" />
+           </mxGeometry>
+         </mxCell>
+         <mxCell id="eKFLkyiXZE3swar_Z3XX-18" parent="eKFLkyiXZE3swar_Z3XX-16" style="shape=partialRectangle;connectable=0;fillColor=none;top=0;left=0;bottom=0;right=0;align=left;spacingLeft=6;overflow=hidden;html=1;whiteSpace=wrap;" value="maintenance" vertex="1">
+           <mxGeometry height="30" width="120" x="60" as="geometry">
+             <mxRectangle height="30" width="120" as="alternateBounds" />
+           </mxGeometry>
+         </mxCell>
+         <mxCell id="eKFLkyiXZE3swar_Z3XX-19" edge="1" parent="1" source="eKFLkyiXZE3swar_Z3XX-7" style="edgeStyle=orthogonalEdgeStyle;rounded=0;orthogonalLoop=1;jettySize=auto;html=1;exitX=1;exitY=0.5;exitDx=0;exitDy=0;entryX=0;entryY=0.5;entryDx=0;entryDy=0;fontSize=12;startSize=8;endSize=8;endArrow=ERoneToMany;endFill=0;startArrow=ERone;startFill=0;" target="tUm-kbwN1Sbpj_1Kag7n-23">
+           <mxGeometry relative="1" as="geometry" />
        </mxCell>
      </root>
    </mxGraphModel>
  </diagram>
  <diagram id="xhPhGho5E42IQnpnrF8S" name="Silver">
    <mxGraphModel dx="1013" dy="562" grid="0" gridSize="10" guides="1" tooltips="1" connect="1" arrows="1" fold="1" page="0" pageScale="1" pageWidth="827" pageHeight="1169" math="0" shadow="0">
      <root>
        <mxCell id="0" />
        <mxCell id="1" parent="0" />
      </root>
    </mxGraphModel>
  </diagram>
  <diagram id="iWqcPeSB66d5TXk-OVZ3" name="Gold">
    <mxGraphModel dx="1013" dy="562" grid="0" gridSize="10" guides="1" tooltips="1" connect="1" arrows="1" fold="1" page="0" pageScale="1" pageWidth="827" pageHeight="1169" math="0" shadow="0">
      <root>
        <mxCell id="0" />
        <mxCell id="1" parent="0" />
      </root>
    </mxGraphModel>
  </diagram>
</mxfile>
